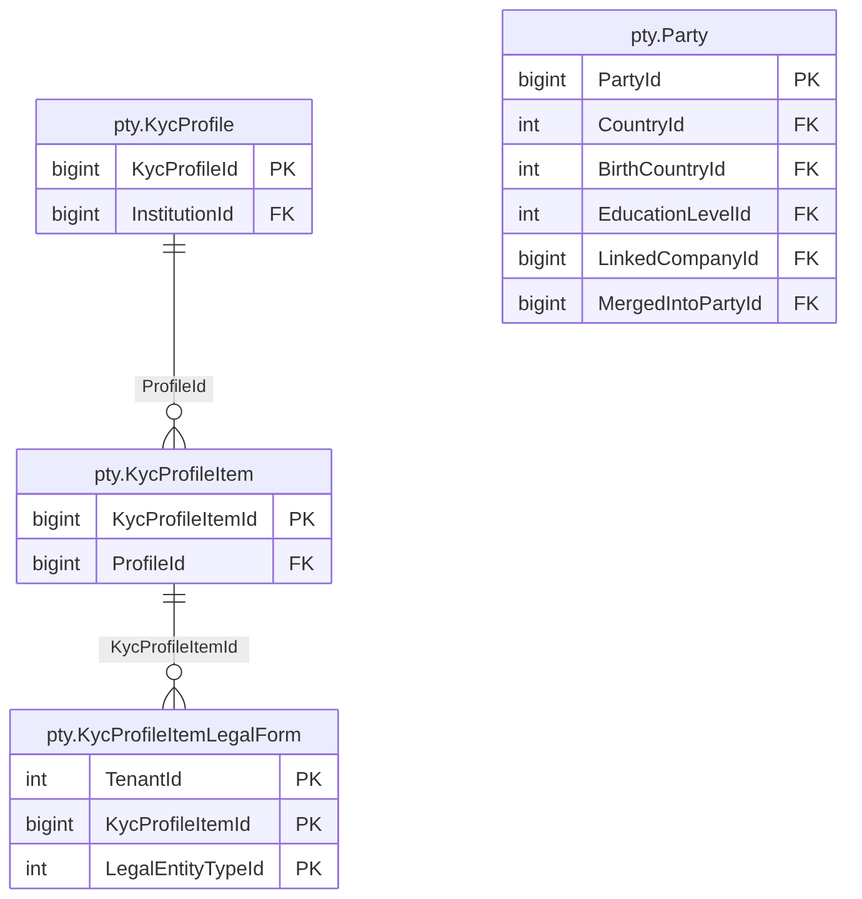
The Mermaid diagram treasury-platform/docs/diagrams/erd/m1_party_2.png in thawrasy/smartlines, before a commit. Its source is kept beside it as treasury-platform/docs/diagrams/erd/m1_party_2.mmd.
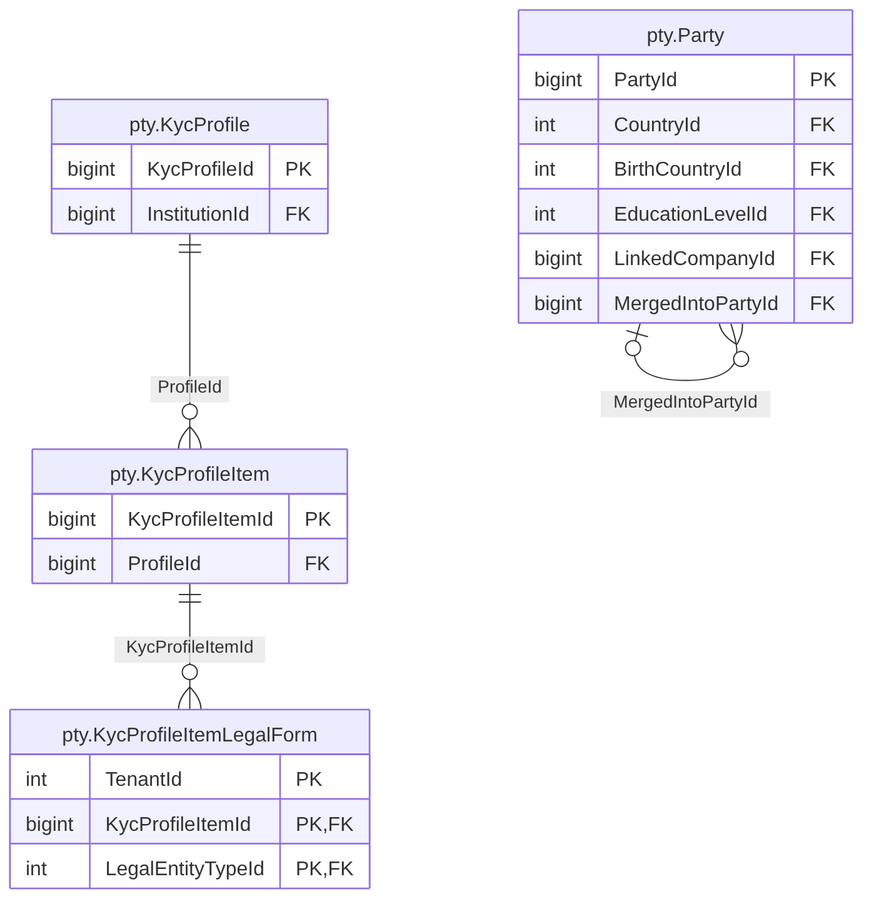
Later version of the same file.

What changed in the source:
```diff
@@ -9,8 +9,8 @@
   }
   pty_KycProfileItemLegalForm["pty.KycProfileItemLegalForm"] {
     int TenantId PK
-    bigint KycProfileItemId PK
-    int LegalEntityTypeId PK
+    bigint KycProfileItemId PK, FK
+    int LegalEntityTypeId PK, FK
   }
   pty_Party["pty.Party"] {
     bigint PartyId PK
@@ -22,3 +22,4 @@
   }
   pty_KycProfile ||--o{ pty_KycProfileItem : "ProfileId"
   pty_KycProfileItem ||--o{ pty_KycProfileItemLegalForm : "KycProfileItemId"
+  pty_Party |o--o{ pty_Party : "MergedIntoPartyId"
```
